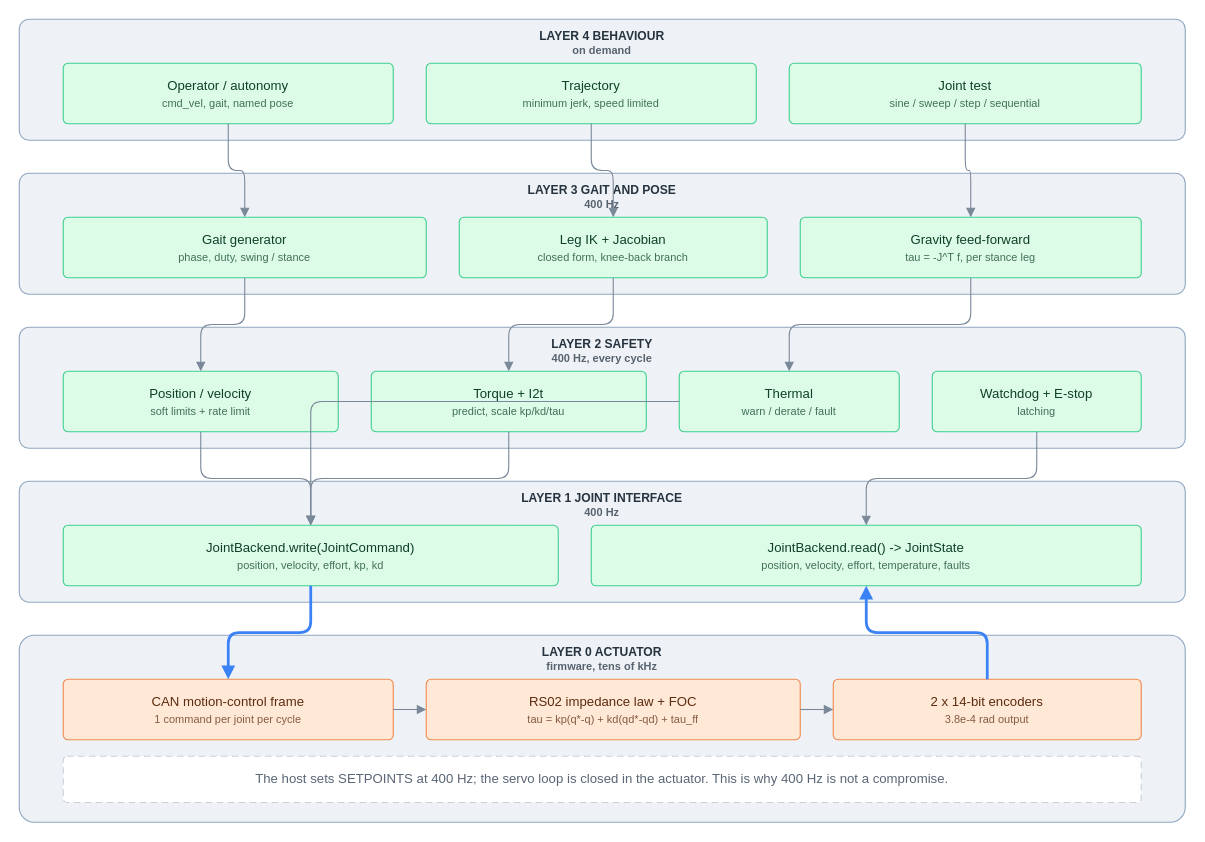
Above: docs/diagrams/control_architecture.drawio in farouk15160/robodog (draw.io), before the change. Source tidied: cells renumbered, new cells numbered last; positions are measured from the earlier drawing's top-left corner, leaving out a move shared by most shapes. Both pictures are drawn from the tidied source at 110%, with x=0, y=0 at pixel (19, 19).
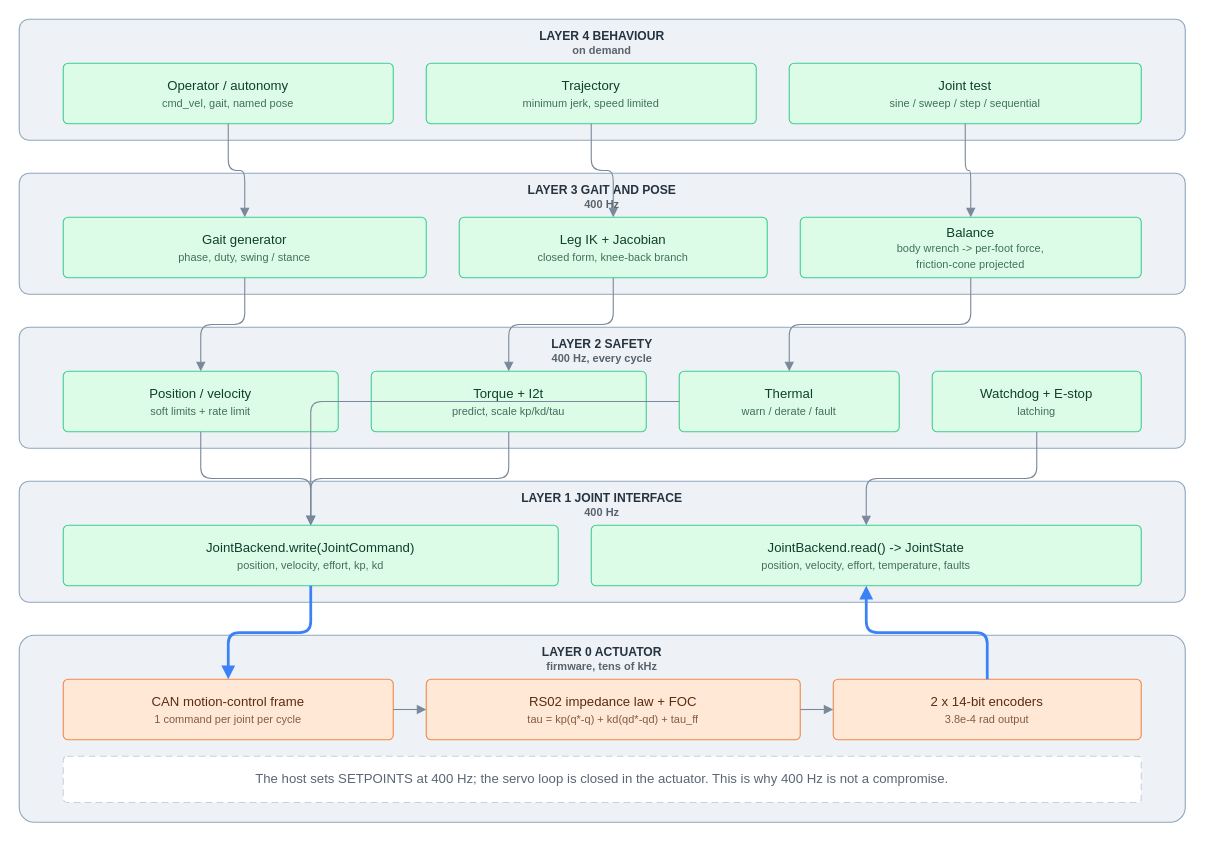
After the change.

Change to the diagram source:
```diff
@@
-    <mxCell id="12" value="Gravity feed-forward&lt;br/&gt;&lt;font style='font-size:10px;opacity:0.75'&gt;tau = -J^T f, per stance leg&lt;/font&gt;" style="rounded=1;whiteSpace=wrap;html=1;fillColor=#dcfce7;strokeColor=#3ecf8e;fontColor=#0f3f2c;fontFamily=Helvetica;fontSize=12;arcSize=8;verticalAlign=middle;align=center;spacing=4;" parent="1" vertex="1">
+    <mxCell id="12" value="Balance&lt;br/&gt;&lt;font style='font-size:10px;opacity:0.75'&gt;body wrench -&amp;gt; per-foot force,&#10;friction-cone projected&lt;/font&gt;" style="rounded=1;whiteSpace=wrap;html=1;fillColor=#dcfce7;strokeColor=#3ecf8e;fontColor=#0f3f2c;fontFamily=Helvetica;fontSize=12;arcSize=8;verticalAlign=middle;align=center;spacing=4;" parent="1" vertex="1">
       <mxGeometry x="710" y="180" width="310" height="55" as="geometry" />
     </mxCell>
```
